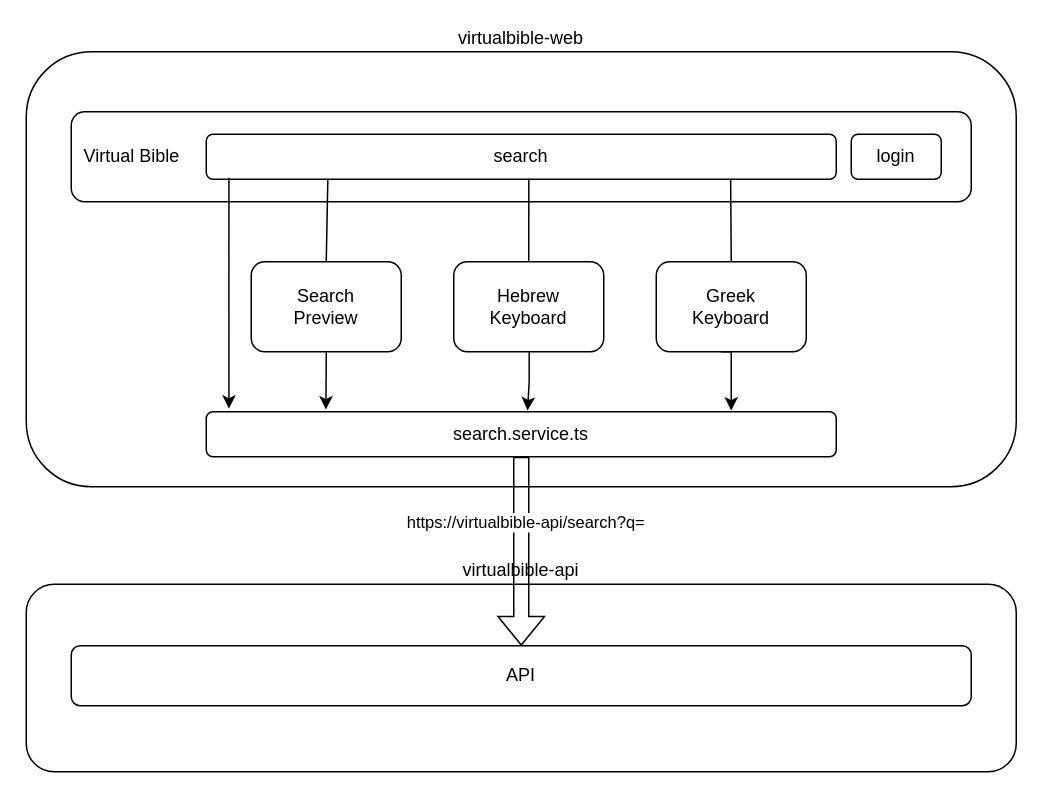
Above: virtualbible-web-search.drawio in nycpivot/virtualbible-ops (draw.io), before the change. Source tidied: cells renumbered, new cells numbered last; positions are measured from the earlier drawing's top-left corner, leaving out a move shared by most shapes. Both pictures are drawn from the tidied source at 150%, with x=0, y=0 at pixel (26, 51).
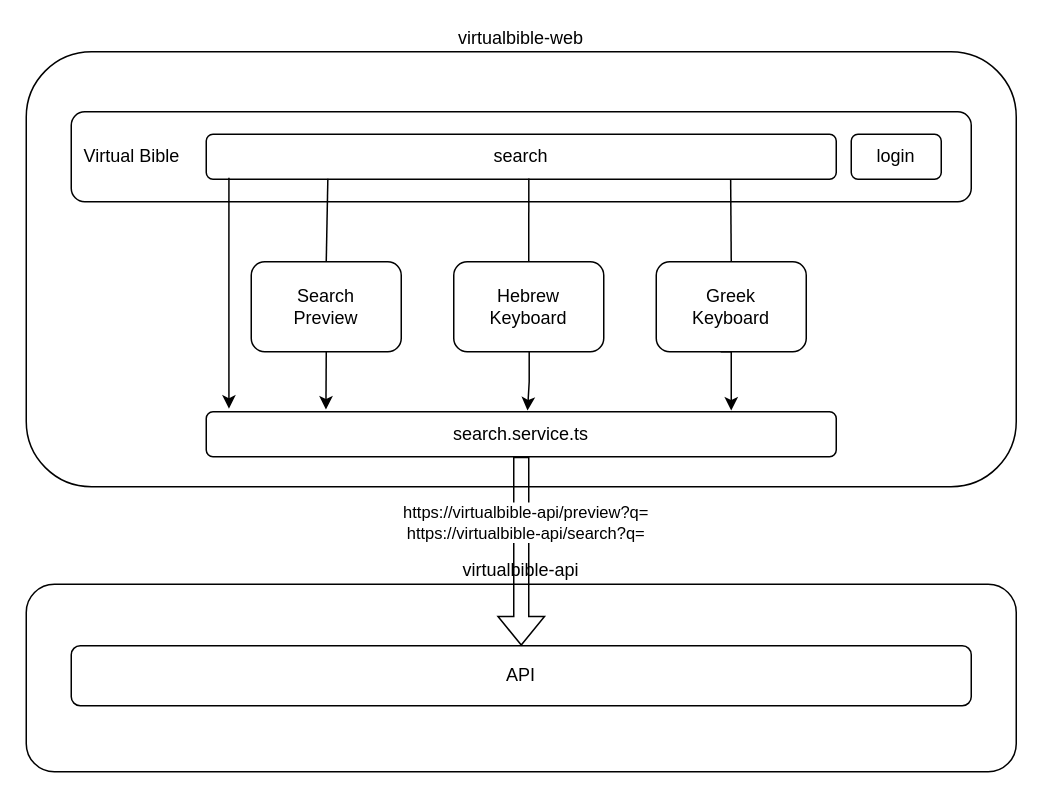
After the change.

The change refers to these unchanged cells:
```xml
<mxCell id="19" style="shape=flexArrow;endArrow=classic;html=1;rounded=0;exitX=0.5;exitY=1;exitDx=0;exitDy=0;entryX=0.5;entryY=0;entryDx=0;entryDy=0;" parent="1" edge="1" source="14" target="18">
  <mxGeometry relative="1" as="geometry" />
</mxCell>
```

What changed in the source:
```diff
@@
-    <mxCell id="20" value="https://virtualbible-api/search?q=" style="edgeLabel;html=1;align=center;verticalAlign=middle;" parent="19" vertex="1">
+    <mxCell id="20" value="https://virtualbible-api/preview?q=&lt;div&gt;https://virtualbible-api/search?q=&lt;/div&gt;" style="edgeLabel;html=1;align=center;verticalAlign=middle;" parent="19" vertex="1">
       <mxGeometry x="-0.31" y="2" relative="1" as="geometry" />
     </mxCell>
```
